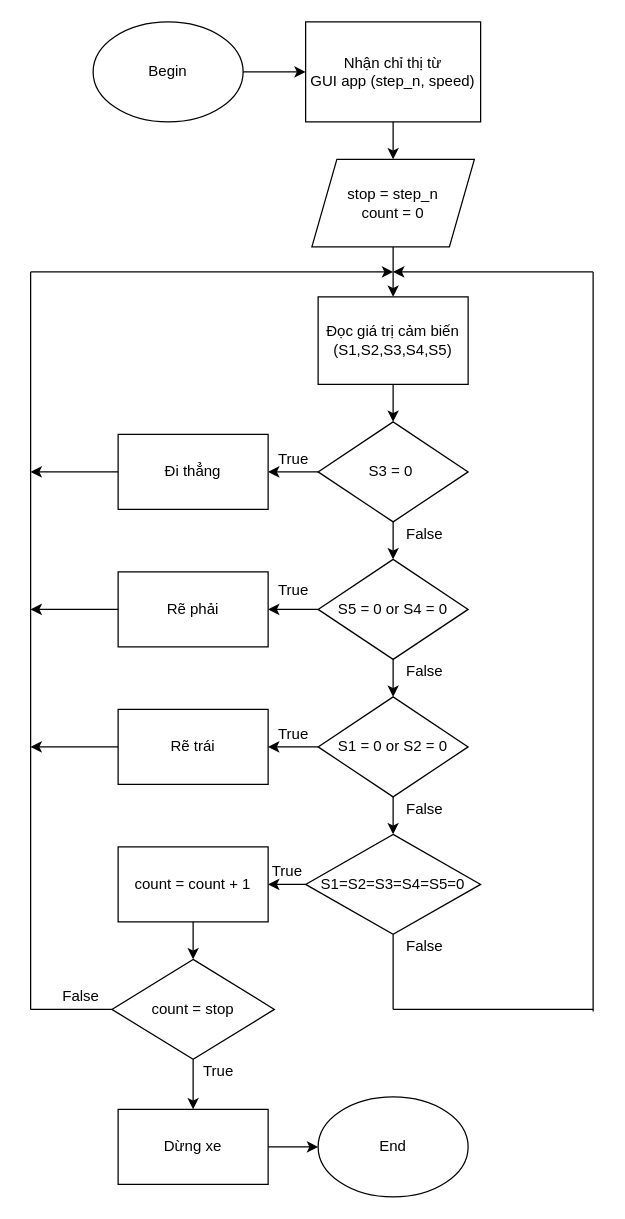
This is Diagram.drawio from manhph2211/Line-Follower-Robot, a draw.io file, before an edit. Source tidied: cells renumbered, new cells numbered last; positions are measured from the earlier drawing's top-left corner, leaving out a move shared by most shapes. Both pictures are drawn from the tidied source at 125%, with x=0, y=0 at pixel (30, 21).
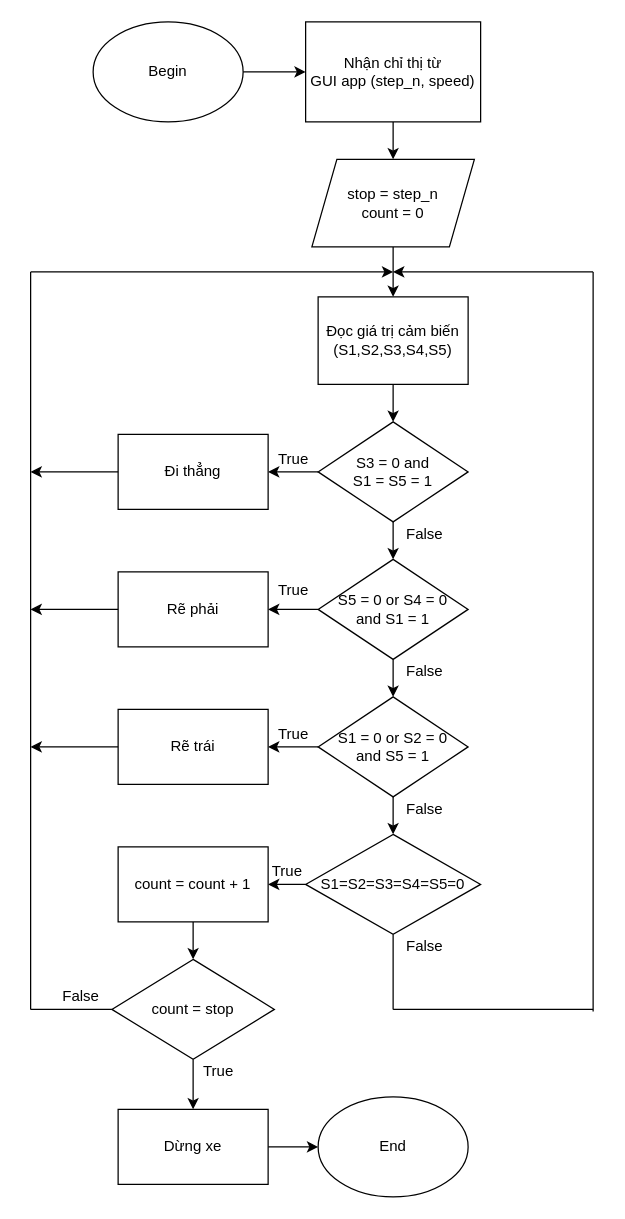
The same diagram, later.

Commit message:
Sửa Lưu đồ

The edit, as a diff of the source:
```diff
@@
-    <mxCell id="10" value="S3 = 0&amp;nbsp;" style="rhombus;whiteSpace=wrap;html=1;" parent="1" vertex="1">
+    <mxCell id="10" value="S3 = 0 and &lt;br&gt;S1 = S5 = 1" style="rhombus;whiteSpace=wrap;html=1;" parent="1" vertex="1">
       <mxGeometry x="230" y="320" width="120" height="80" as="geometry" />
     </mxCell>
@@
-    <mxCell id="16" value="S5 = 0 or S4 = 0" style="rhombus;whiteSpace=wrap;html=1;" parent="1" vertex="1">
+    <mxCell id="16" value="S5 = 0 or S4 = 0 &lt;br&gt;and S1 = 1" style="rhombus;whiteSpace=wrap;html=1;" parent="1" vertex="1">
       <mxGeometry x="230" y="430" width="120" height="80" as="geometry" />
     </mxCell>
@@
-    <mxCell id="20" value="S1 = 0 or S2 = 0" style="rhombus;whiteSpace=wrap;html=1;" parent="1" vertex="1">
+    <mxCell id="20" value="S1 = 0 or S2 = 0&lt;br&gt;and S5 = 1" style="rhombus;whiteSpace=wrap;html=1;" parent="1" vertex="1">
       <mxGeometry x="230" y="540" width="120" height="80" as="geometry" />
     </mxCell>
```
